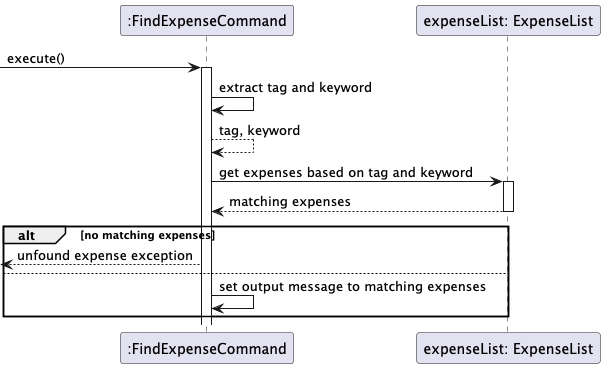
Earlier version of the PlantUML export docs/images/FindExpenseCommand.png (thienkimtranhoang/tp).
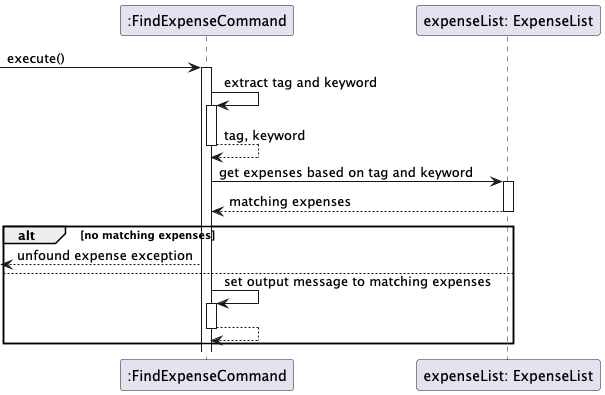
The same file after the commit.

The edit, as a diff of the source:
```diff
@@ -3,14 +3,15 @@
 participant ":FindExpenseCommand" as command
 participant "expenseList: ExpenseList" as expenseList
 -> command ++: execute()
-command -> command: extract tag and keyword
-command --> command: tag, keyword
+command -> command ++: extract tag and keyword
+command --> command --: tag, keyword
 command -> expenseList ++: get expenses based on tag and keyword
 command <-- expenseList --: matching expenses
 alt no matching expenses
     <-- command: unfound expense exception
 else
-    command -> command: set output message to matching expenses
+    command -> command ++: set output message to matching expenses
+    command --> command --:
 end
 
 @enduml
```
